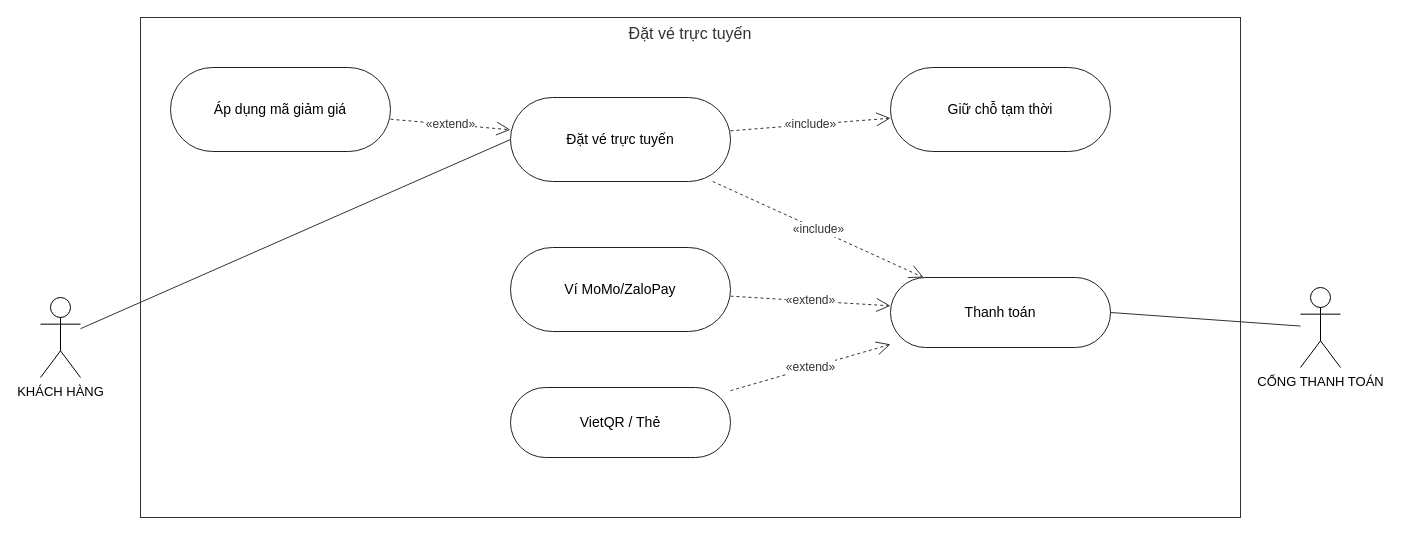
Above: page "8. Đặt vé trực tuyến" (8 of 18) of docs/use-case/UseCase_DatVeXeKhach.drawio in Longcodepro/Project_OOAD_HK1_2026-2027 (draw.io), before the change. Source tidied: cells renumbered, new cells numbered last; positions are measured from the earlier drawing's top-left corner, leaving out a move shared by most shapes. Both pictures are drawn from the tidied source at 100%, with x=0, y=0 at pixel (40, 17).
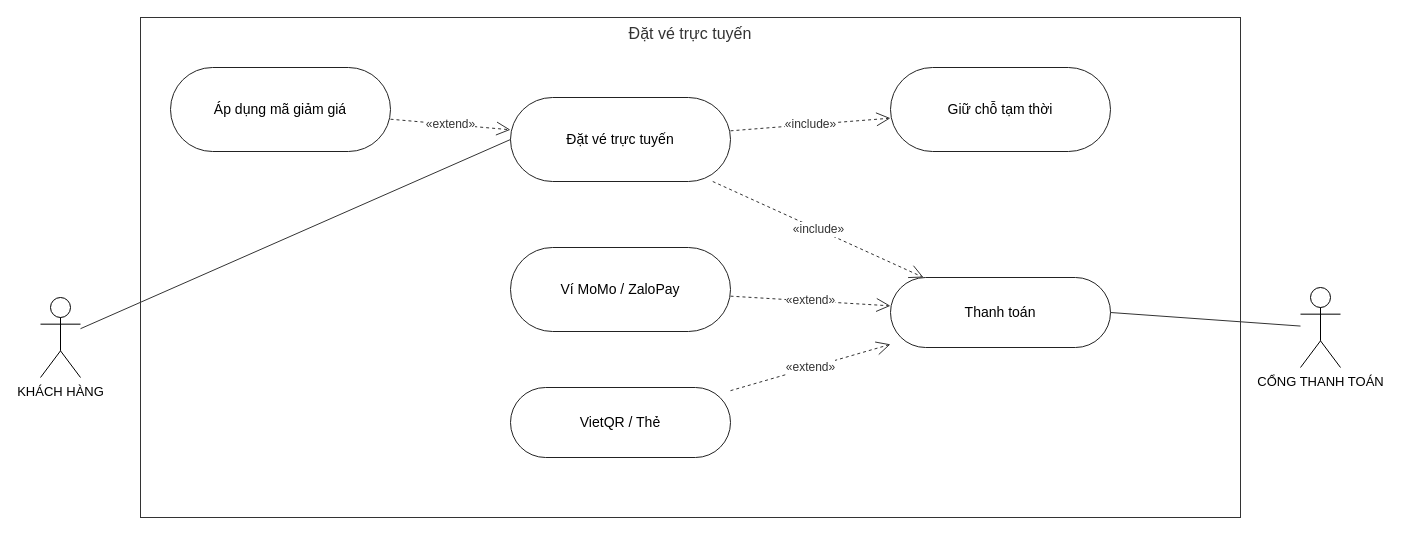
The same diagram, later.

Diff of the diagram source:
```diff
@@
 <mxGraphModel background="#ffffff">
   <root>
     <mxCell id="0" />
     <mxCell id="1" parent="0" />
     <mxCell id="2" value="Đặt vé trực tuyến" style="rounded=0;whiteSpace=wrap;html=1;verticalAlign=top;fontSize=16;fillColor=none;strokeColor=#333333;fontColor=#333333;" parent="1" vertex="1">
       <mxGeometry x="100" width="1100" height="500" as="geometry" />
     </mxCell>
     <mxCell id="3" value="KHÁCH HÀNG" style="shape=umlActor;verticalLabelPosition=bottom;verticalAlign=top;html=1;outlineConnect=0;fontSize=13;fontColor=#000000;strokeColor=#000000;" parent="1" vertex="1">
       <mxGeometry y="280" width="40" height="80" as="geometry" />
     </mxCell>
     <mxCell id="4" value="CỔNG THANH TOÁN" style="shape=umlActor;verticalLabelPosition=bottom;verticalAlign=top;html=1;outlineConnect=0;fontSize=13;fontColor=#000000;strokeColor=#000000;" parent="1" vertex="1">
       <mxGeometry x="1260" y="270" width="40" height="80" as="geometry" />
     </mxCell>
     <mxCell id="5" value="Áp dụng mã giảm giá" style="rounded=1;arcSize=50;whiteSpace=wrap;html=1;fontSize=14;fillColor=#FFFFFF;strokeColor=#222222;fontColor=#000000;" parent="1" vertex="1">
       <mxGeometry x="130" y="50" width="220" height="84" as="geometry" />
     </mxCell>
     <mxCell id="6" value="Đặt vé trực tuyến" style="rounded=1;arcSize=50;whiteSpace=wrap;html=1;fontSize=14;fillColor=#FFFFFF;strokeColor=#222222;fontColor=#000000;" parent="1" vertex="1">
       <mxGeometry x="470" y="80" width="220" height="84" as="geometry" />
     </mxCell>
     <mxCell id="7" value="Giữ chỗ tạm thời" style="rounded=1;arcSize=50;whiteSpace=wrap;html=1;fontSize=14;fillColor=#FFFFFF;strokeColor=#222222;fontColor=#000000;" parent="1" vertex="1">
       <mxGeometry x="850" y="50" width="220" height="84" as="geometry" />
     </mxCell>
     <mxCell id="8" value="Thanh toán" style="rounded=1;arcSize=50;whiteSpace=wrap;html=1;fontSize=14;fillColor=#FFFFFF;strokeColor=#222222;fontColor=#000000;" parent="1" vertex="1">
       <mxGeometry x="850" y="260" width="220" height="70" as="geometry" />
     </mxCell>
-    <mxCell id="9" value="Ví MoMo/ZaloPay" style="rounded=1;arcSize=50;whiteSpace=wrap;html=1;fontSize=14;fillColor=#FFFFFF;strokeColor=#222222;fontColor=#000000;" parent="1" vertex="1">
+    <mxCell id="9" value="Ví MoMo / ZaloPay" style="rounded=1;arcSize=50;whiteSpace=wrap;html=1;fontSize=14;fillColor=#FFFFFF;strokeColor=#222222;fontColor=#000000;" parent="1" vertex="1">
       <mxGeometry x="470" y="230" width="220" height="84" as="geometry" />
     </mxCell>
     <mxCell id="10" value="VietQR / Thẻ" style="rounded=1;arcSize=50;whiteSpace=wrap;html=1;fontSize=14;fillColor=#FFFFFF;strokeColor=#222222;fontColor=#000000;" parent="1" vertex="1">
       <mxGeometry x="470" y="370" width="220" height="70" as="geometry" />
     </mxCell>
     <mxCell id="11" style="endArrow=none;html=1;rounded=0;strokeColor=#333333;entryX=0;entryY=0.5;entryDx=0;entryDy=0;" parent="1" edge="1" source="3" target="6">
       <mxGeometry relative="1" as="geometry" />
     </mxCell>
     <mxCell id="12" style="endArrow=none;html=1;rounded=0;strokeColor=#333333;entryX=1;entryY=0.5;entryDx=0;entryDy=0;" parent="1" edge="1" source="4" target="8">
       <mxGeometry relative="1" as="geometry" />
     </mxCell>
     <mxCell id="13" value="«extend»" style="endArrow=open;endSize=12;dashed=1;html=1;rounded=0;fontSize=12;labelBackgroundColor=#FFFFFF;strokeColor=#333333;fontColor=#333333;" parent="1" edge="1" source="5" target="6">
       <mxGeometry relative="1" as="geometry" />
     </mxCell>
     <mxCell id="14" value="«include»" style="endArrow=open;endSize=12;dashed=1;html=1;rounded=0;fontSize=12;labelBackgroundColor=#FFFFFF;strokeColor=#333333;fontColor=#333333;" parent="1" edge="1" source="6" target="7">
       <mxGeometry relative="1" as="geometry" />
     </mxCell>
     <mxCell id="15" value="«include»" style="endArrow=open;endSize=12;dashed=1;html=1;rounded=0;fontSize=12;labelBackgroundColor=#FFFFFF;strokeColor=#333333;fontColor=#333333;" parent="1" edge="1" source="6" target="8">
       <mxGeometry relative="1" as="geometry" />
     </mxCell>
     <mxCell id="16" value="«extend»" style="endArrow=open;endSize=12;dashed=1;html=1;rounded=0;fontSize=12;labelBackgroundColor=#FFFFFF;strokeColor=#333333;fontColor=#333333;" parent="1" edge="1" source="9" target="8">
       <mxGeometry relative="1" as="geometry" />
     </mxCell>
     <mxCell id="17" value="«extend»" style="endArrow=open;endSize=12;dashed=1;html=1;rounded=0;fontSize=12;labelBackgroundColor=#FFFFFF;strokeColor=#333333;fontColor=#333333;" parent="1" edge="1" source="10" target="8">
       <mxGeometry relative="1" as="geometry" />
     </mxCell>
   </root>
 </mxGraphModel>
```
